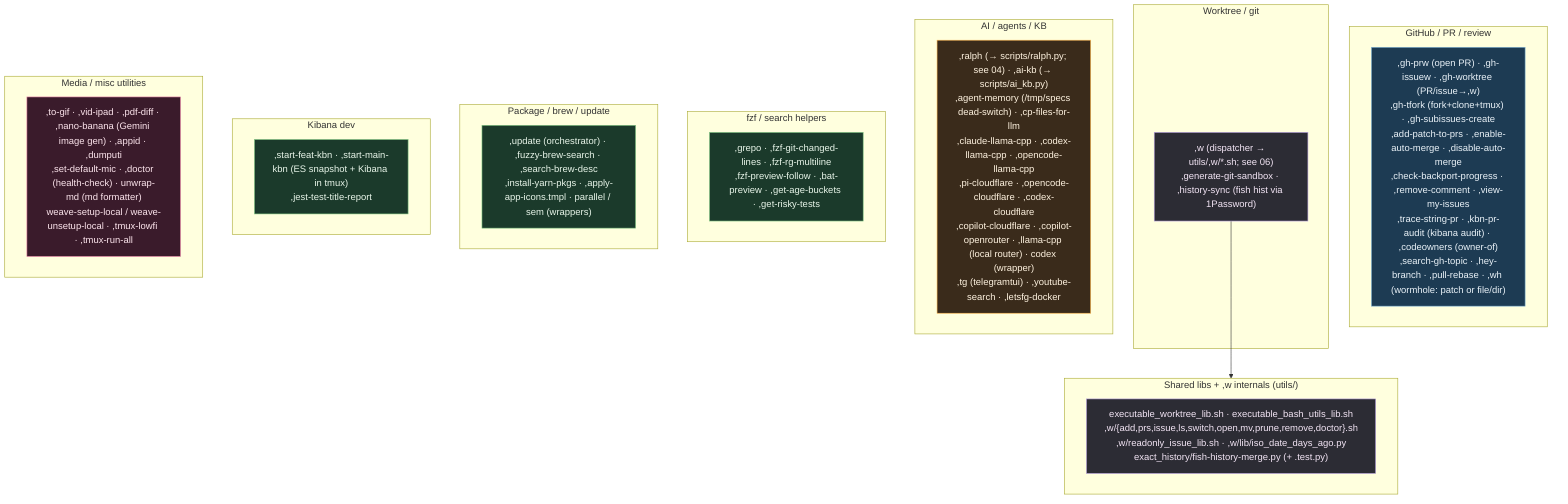
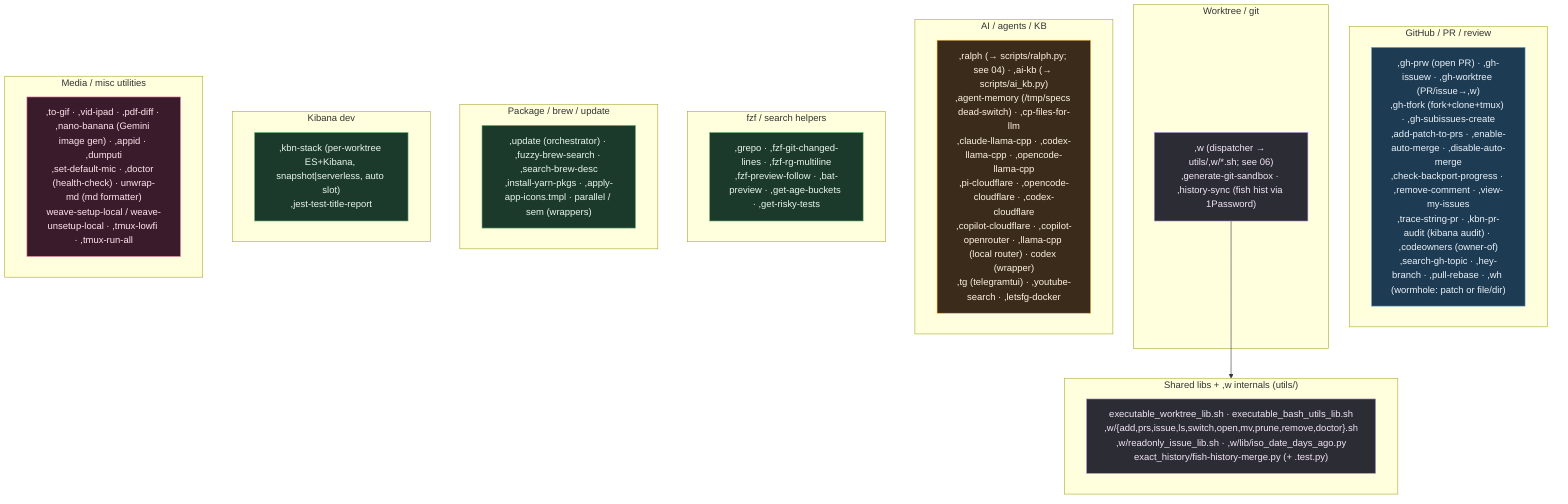
%% ============================================================================
- %% 07c-bin-commands.mmd — Every script in home/exact_bin/ (85 incl. utils).
+ %% 07c-bin-commands.mmd — Every script in home/exact_bin/ (84 incl. utils).
%% executable_,* → ~/bin/,* (comma-prefixed user commands). verify-bin-surface
%% keeps each command covered by fish completions, docs, and this catalog.
%% ============================================================================
flowchart TB
    classDef gh fill:#1d3b53,stroke:#7fb3d5,color:#eaf2f8;
    classDef wt fill:#2c2c34,stroke:#b39ddb,color:#f3e5f5;
    classDef ai fill:#3a2b1b,stroke:#ffb74d,color:#fff3e0;
    classDef media fill:#3a1b2b,stroke:#f48fb1,color:#fce4ec;
    classDef sys fill:#1b3a2b,stroke:#81c784,color:#e8f5e9;

    subgraph GHC["GitHub / PR / review"]
        G[",gh-prw (open PR) · ,gh-issuew · ,gh-worktree (PR/issue→,w)<br/>,gh-tfork (fork+clone+tmux) · ,gh-subissues-create<br/>,add-patch-to-prs · ,enable-auto-merge · ,disable-auto-merge<br/>,check-backport-progress · ,remove-comment · ,view-my-issues<br/>,trace-string-pr · ,kbn-pr-audit (kibana audit) · ,codeowners (owner-of)<br/>,search-gh-topic · ,hey-branch · ,pull-rebase · ,wh (wormhole: patch or file/dir)"]:::gh
    end

    subgraph WTC["Worktree / git"]
        W[",w (dispatcher → utils/,w/*.sh; see 06)<br/>,generate-git-sandbox · ,history-sync (fish hist via 1Password)"]:::wt
    end

    subgraph AIC["AI / agents / KB"]
        A[",ralph (→ scripts/ralph.py; see 04) · ,ai-kb (→ scripts/ai_kb.py)<br/>,agent-memory (/tmp/specs dead-switch) · ,cp-files-for-llm<br/>,claude-llama-cpp · ,codex-llama-cpp · ,opencode-llama-cpp<br/>,pi-cloudflare · ,opencode-cloudflare · ,codex-cloudflare<br/>,copilot-cloudflare · ,copilot-openrouter · ,llama-cpp (local router) · codex (wrapper)<br/>,tg (telegramtui) · ,youtube-search · ,letsfg-docker"]:::ai
    end

    subgraph FZFC["fzf / search helpers"]
        F[",grepo · ,fzf-git-changed-lines · ,fzf-rg-multiline<br/>,fzf-preview-follow · ,bat-preview · ,get-age-buckets · ,get-risky-tests"]:::sys
    end

    subgraph PKGC["Package / brew / update"]
        P[",update (orchestrator) · ,fuzzy-brew-search · ,search-brew-desc<br/>,install-yarn-pkgs · ,apply-app-icons.tmpl · parallel / sem (wrappers)"]:::sys
    end

    subgraph KBNC["Kibana dev"]
-         K[",start-feat-kbn · ,start-main-kbn (ES snapshot + Kibana in tmux)<br/>,jest-test-title-report"]:::sys
+         K[",kbn-stack (per-worktree ES+Kibana, snapshot|serverless, auto slot)<br/>,jest-test-title-report"]:::sys
    end

    subgraph MEDIA["Media / misc utilities"]
        M[",to-gif · ,vid-ipad · ,pdf-diff · ,nano-banana (Gemini image gen) · ,appid · ,dumputi<br/>,set-default-mic · ,doctor (health-check) · unwrap-md (md formatter)<br/>weave-setup-local / weave-unsetup-local · ,tmux-lowfi · ,tmux-run-all"]:::media
    end

    subgraph LIBS["Shared libs + ,w internals (utils/)"]
        L["executable_worktree_lib.sh · executable_bash_utils_lib.sh<br/>,w/{add,prs,issue,ls,switch,open,mv,prune,remove,doctor}.sh<br/>,w/readonly_issue_lib.sh · ,w/lib/iso_date_days_ago.py<br/>exact_history/fish-history-merge.py (+ .test.py)"]:::wt
    end
    W --> LIBS
